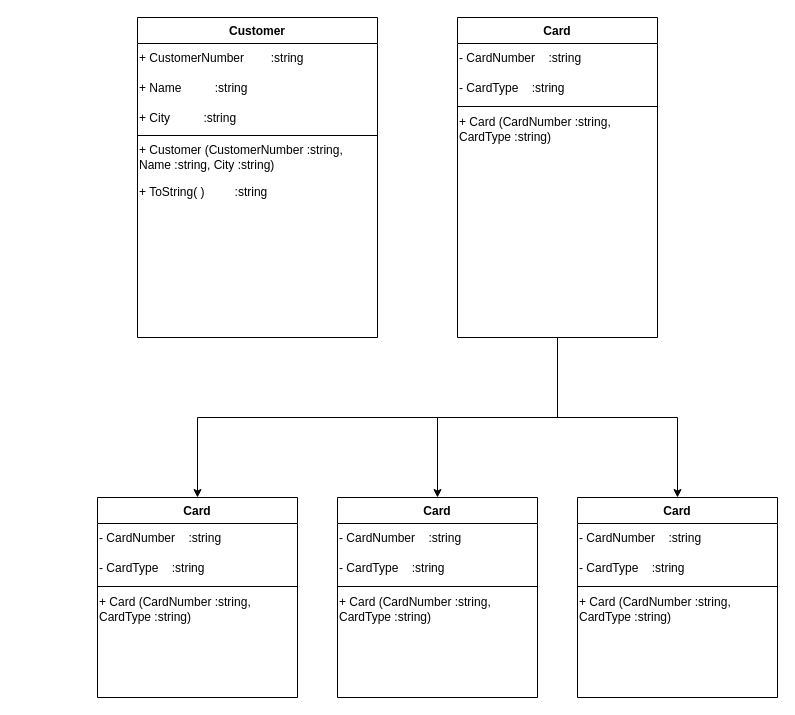
Earlier version of the draw.io diagram Guldkortet Klassdiagram.drawio (PBergstrom90/PBergstrom90). Source tidied: cells renumbered, new cells numbered last; positions are measured from the earlier drawing's top-left corner, leaving out a move shared by most shapes. Both pictures are drawn from the tidied source at 100%, with x=0, y=0 at pixel (97, 17).
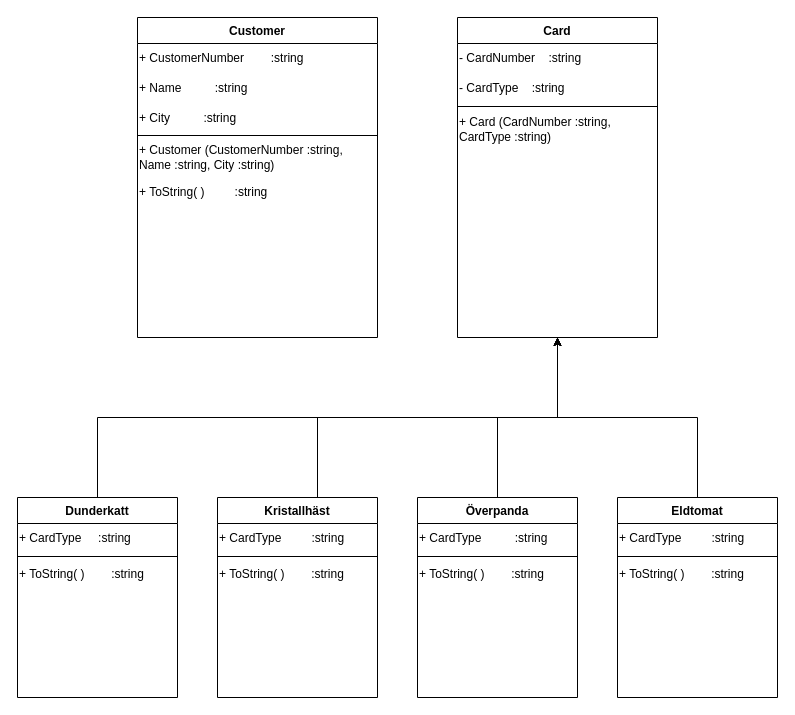
After the change.

The change refers to these unchanged cells:
```xml
<mxCell id="12" value="Card" style="swimlane;fontStyle=1;align=center;verticalAlign=top;horizontal=1;startSize=26;rounded=0;shadow=0;strokeWidth=1;" parent="1" vertex="1">
  <mxGeometry x="360" width="200" height="320" as="geometry" />
</mxCell>
```

Change to the diagram source:
```diff
@@
-    <mxCell id="9" style="edgeStyle=orthogonalEdgeStyle;rounded=0;jettySize=auto;html=1;entryX=0.5;entryY=0;entryDx=0;entryDy=0;" parent="1" edge="1" source="12" target="22">
-      <mxGeometry relative="1" as="geometry" />
-    </mxCell>
-    <mxCell id="10" style="edgeStyle=orthogonalEdgeStyle;rounded=0;jettySize=auto;html=1;entryX=0.5;entryY=0;entryDx=0;entryDy=0;" parent="1" edge="1" source="12" target="17">
-      <mxGeometry relative="1" as="geometry" />
-    </mxCell>
-    <mxCell id="11" style="edgeStyle=orthogonalEdgeStyle;rounded=0;jettySize=auto;html=1;entryX=0.5;entryY=0;entryDx=0;entryDy=0;" parent="1" edge="1" source="12" target="27">
-      <mxGeometry relative="1" as="geometry">
-        <Array as="points">
-          <mxPoint x="460" y="400" />
-          <mxPoint x="100" y="400" />
-        </Array>
-      </mxGeometry>
-    </mxCell>
@@
+    <mxCell id="32" style="edgeStyle=orthogonalEdgeStyle;rounded=0;jettySize=auto;html=1;entryX=0.5;entryY=1;entryDx=0;entryDy=0;" parent="1" edge="1" source="17" target="12">
+      <mxGeometry relative="1" as="geometry" />
+    </mxCell>
-    <mxCell id="17" value="Card" style="swimlane;fontStyle=1;align=center;verticalAlign=top;horizontal=1;startSize=26;rounded=0;shadow=0;strokeWidth=1;" parent="1" vertex="1">
-      <mxGeometry x="480" y="480" width="200" height="200" as="geometry" />
+    <mxCell id="17" value="Eldtomat" style="swimlane;fontStyle=1;align=center;verticalAlign=top;horizontal=1;startSize=26;rounded=0;shadow=0;strokeWidth=1;" parent="1" vertex="1">
+      <mxGeometry x="520" y="480" width="160" height="200" as="geometry" />
     </mxCell>
-    <mxCell id="18" value="- CardNumber&lt;span style=&quot;white-space: pre;&quot;&gt; &lt;/span&gt;&lt;span style=&quot;white-space: pre;&quot;&gt; &lt;/span&gt;&lt;span style=&quot;white-space: pre;&quot;&gt; &lt;/span&gt;&lt;span style=&quot;white-space: pre;&quot;&gt; &lt;/span&gt;:string" style="text;html=1;align=left;verticalAlign=middle;strokeColor=none;fillColor=none;" parent="17" vertex="1">
-      <mxGeometry y="26" width="200" height="30" as="geometry" />
+    <mxCell id="18" value="+ CardType &lt;span style=&quot;border-color: var(--border-color);&quot;&gt; &lt;/span&gt;&amp;nbsp; &amp;nbsp;&lt;span style=&quot;white-space: pre;&quot;&gt; &lt;/span&gt;&lt;span style=&quot;white-space: pre;&quot;&gt; &lt;/span&gt;&amp;nbsp; &amp;nbsp;:string" style="text;html=1;align=left;verticalAlign=middle;strokeColor=none;fillColor=none;" parent="17" vertex="1">
+      <mxGeometry y="26" width="160" height="30" as="geometry" />
     </mxCell>
-    <mxCell id="19" value="- CardType&lt;span style=&quot;white-space: pre;&quot;&gt; &lt;/span&gt;&lt;span style=&quot;white-space: pre;&quot;&gt; &lt;/span&gt;&lt;span style=&quot;white-space: pre;&quot;&gt; &lt;/span&gt;&lt;span style=&quot;white-space: pre;&quot;&gt; &lt;/span&gt;:string" style="text;html=1;align=left;verticalAlign=middle;strokeColor=none;fillColor=none;" parent="17" vertex="1">
-      <mxGeometry y="56" width="200" height="30" as="geometry" />
-    </mxCell>
     <mxCell id="20" style="line;html=1;strokeWidth=1;align=left;verticalAlign=middle;spacingTop=-1;spacingLeft=3;spacingRight=3;labelPosition=right;" parent="17" vertex="1">
-      <mxGeometry y="86" width="200" height="6" as="geometry" />
+      <mxGeometry y="56" width="160" height="6" as="geometry" />
     </mxCell>
-    <mxCell id="21" value="+ Card (CardNumber :string, &lt;br&gt;CardType :string)&amp;nbsp;" style="text;html=1;align=left;verticalAlign=middle;strokeColor=none;fillColor=none;" parent="17" vertex="1">
-      <mxGeometry y="92" width="200" height="40" as="geometry" />
+    <mxCell id="21" value="+ ToString( ) &lt;span style=&quot;border-color: var(--border-color);&quot;&gt; &lt;/span&gt;&lt;span style=&quot;border-color: var(--border-color);&quot;&gt; &lt;/span&gt;&lt;span style=&quot;border-color: var(--border-color);&quot;&gt; &lt;span style=&quot;border-color: var(--border-color);&quot;&gt; &lt;/span&gt; &lt;/span&gt;&amp;nbsp; &amp;nbsp;&lt;span style=&quot;white-space: pre;&quot;&gt; &lt;/span&gt;&amp;nbsp; &amp;nbsp;:string" style="text;html=1;align=left;verticalAlign=middle;strokeColor=none;fillColor=none;" parent="17" vertex="1">
+      <mxGeometry y="62" width="160" height="30" as="geometry" />
     </mxCell>
+    <mxCell id="33" style="edgeStyle=orthogonalEdgeStyle;rounded=0;jettySize=auto;html=1;entryX=0.5;entryY=1;entryDx=0;entryDy=0;" parent="1" edge="1" source="22" target="12">
+      <mxGeometry relative="1" as="geometry" />
+    </mxCell>
-    <mxCell id="22" value="Card" style="swimlane;fontStyle=1;align=center;verticalAlign=top;horizontal=1;startSize=26;rounded=0;shadow=0;strokeWidth=1;" parent="1" vertex="1">
-      <mxGeometry x="240" y="480" width="200" height="200" as="geometry" />
+    <mxCell id="22" value="Överpanda" style="swimlane;fontStyle=1;align=center;verticalAlign=top;horizontal=1;startSize=26;rounded=0;shadow=0;strokeWidth=1;" parent="1" vertex="1">
+      <mxGeometry x="320" y="480" width="160" height="200" as="geometry" />
     </mxCell>
-    <mxCell id="23" value="- CardNumber&lt;span style=&quot;white-space: pre;&quot;&gt; &lt;/span&gt;&lt;span style=&quot;white-space: pre;&quot;&gt; &lt;/span&gt;&lt;span style=&quot;white-space: pre;&quot;&gt; &lt;/span&gt;&lt;span style=&quot;white-space: pre;&quot;&gt; &lt;/span&gt;:string" style="text;html=1;align=left;verticalAlign=middle;strokeColor=none;fillColor=none;" parent="22" vertex="1">
-      <mxGeometry y="26" width="200" height="30" as="geometry" />
-    </mxCell>
-    <mxCell id="24" value="- CardType&lt;span style=&quot;white-space: pre;&quot;&gt; &lt;/span&gt;&lt;span style=&quot;white-space: pre;&quot;&gt; &lt;/span&gt;&lt;span style=&quot;white-space: pre;&quot;&gt; &lt;/span&gt;&lt;span style=&quot;white-space: pre;&quot;&gt; &lt;/span&gt;:string" style="text;html=1;align=left;verticalAlign=middle;strokeColor=none;fillColor=none;" parent="22" vertex="1">
-      <mxGeometry y="56" width="200" height="30" as="geometry" />
+    <mxCell id="24" value="+ CardType &lt;span style=&quot;border-color: var(--border-color);&quot;&gt; &lt;/span&gt;&amp;nbsp; &amp;nbsp;&lt;span style=&quot;white-space: pre;&quot;&gt; &lt;/span&gt;&lt;span style=&quot;white-space: pre;&quot;&gt; &lt;/span&gt;&amp;nbsp; &amp;nbsp; :string" style="text;html=1;align=left;verticalAlign=middle;strokeColor=none;fillColor=none;" parent="22" vertex="1">
+      <mxGeometry y="26" width="160" height="30" as="geometry" />
     </mxCell>
     <mxCell id="25" style="line;html=1;strokeWidth=1;align=left;verticalAlign=middle;spacingTop=-1;spacingLeft=3;spacingRight=3;labelPosition=right;" parent="22" vertex="1">
-      <mxGeometry y="86" width="200" height="6" as="geometry" />
+      <mxGeometry y="56" width="160" height="6" as="geometry" />
     </mxCell>
-    <mxCell id="26" value="+ Card (CardNumber :string, &lt;br&gt;CardType :string)&amp;nbsp;" style="text;html=1;align=left;verticalAlign=middle;strokeColor=none;fillColor=none;" parent="22" vertex="1">
-      <mxGeometry y="92" width="200" height="40" as="geometry" />
+    <mxCell id="26" value="+ ToString( ) &lt;span style=&quot;border-color: var(--border-color);&quot;&gt; &lt;/span&gt;&lt;span style=&quot;border-color: var(--border-color);&quot;&gt; &lt;/span&gt;&lt;span style=&quot;border-color: var(--border-color);&quot;&gt; &lt;span style=&quot;border-color: var(--border-color);&quot;&gt; &lt;/span&gt; &lt;/span&gt;&amp;nbsp; &amp;nbsp;&lt;span style=&quot;white-space: pre;&quot;&gt; &lt;/span&gt;&amp;nbsp; &amp;nbsp;:string" style="text;html=1;align=left;verticalAlign=middle;strokeColor=none;fillColor=none;" parent="22" vertex="1">
+      <mxGeometry y="62" width="160" height="30" as="geometry" />
     </mxCell>
+    <mxCell id="34" style="edgeStyle=orthogonalEdgeStyle;rounded=0;jettySize=auto;html=1;entryX=0.5;entryY=1;entryDx=0;entryDy=0;" parent="1" edge="1" source="27" target="12">
+      <mxGeometry relative="1" as="geometry">
+        <Array as="points">
+          <mxPoint x="220" y="400" />
+          <mxPoint x="460" y="400" />
+        </Array>
+      </mxGeometry>
+    </mxCell>
-    <mxCell id="27" value="Card" style="swimlane;fontStyle=1;align=center;verticalAlign=top;horizontal=1;startSize=26;rounded=0;shadow=0;strokeWidth=1;" parent="1" vertex="1">
-      <mxGeometry y="480" width="200" height="200" as="geometry" />
+    <mxCell id="27" value="Kristallhäst" style="swimlane;fontStyle=1;align=center;verticalAlign=top;horizontal=1;startSize=26;rounded=0;shadow=0;strokeWidth=1;" parent="1" vertex="1">
+      <mxGeometry x="120" y="480" width="160" height="200" as="geometry" />
     </mxCell>
-    <mxCell id="28" value="- CardNumber&lt;span style=&quot;white-space: pre;&quot;&gt; &lt;/span&gt;&lt;span style=&quot;white-space: pre;&quot;&gt; &lt;/span&gt;&lt;span style=&quot;white-space: pre;&quot;&gt; &lt;/span&gt;&lt;span style=&quot;white-space: pre;&quot;&gt; &lt;/span&gt;:string" style="text;html=1;align=left;verticalAlign=middle;strokeColor=none;fillColor=none;" parent="27" vertex="1">
-      <mxGeometry y="26" width="200" height="30" as="geometry" />
+    <mxCell id="28" value="+ CardType &lt;span style=&quot;border-color: var(--border-color);&quot;&gt; &lt;/span&gt;&amp;nbsp; &amp;nbsp;&lt;span style=&quot;white-space: pre;&quot;&gt; &lt;/span&gt;&lt;span style=&quot;white-space: pre;&quot;&gt; &lt;/span&gt;&amp;nbsp; &amp;nbsp;:string" style="text;html=1;align=left;verticalAlign=middle;strokeColor=none;fillColor=none;" parent="27" vertex="1">
+      <mxGeometry y="26" width="160" height="30" as="geometry" />
     </mxCell>
-    <mxCell id="29" value="- CardType&lt;span style=&quot;white-space: pre;&quot;&gt; &lt;/span&gt;&lt;span style=&quot;white-space: pre;&quot;&gt; &lt;/span&gt;&lt;span style=&quot;white-space: pre;&quot;&gt; &lt;/span&gt;&lt;span style=&quot;white-space: pre;&quot;&gt; &lt;/span&gt;:string" style="text;html=1;align=left;verticalAlign=middle;strokeColor=none;fillColor=none;" parent="27" vertex="1">
-      <mxGeometry y="56" width="200" height="30" as="geometry" />
-    </mxCell>
     <mxCell id="30" style="line;html=1;strokeWidth=1;align=left;verticalAlign=middle;spacingTop=-1;spacingLeft=3;spacingRight=3;labelPosition=right;" parent="27" vertex="1">
-      <mxGeometry y="86" width="200" height="6" as="geometry" />
+      <mxGeometry y="56" width="160" height="6" as="geometry" />
     </mxCell>
-    <mxCell id="31" value="+ Card (CardNumber :string, &lt;br&gt;CardType :string)&amp;nbsp;" style="text;html=1;align=left;verticalAlign=middle;strokeColor=none;fillColor=none;" parent="27" vertex="1">
-      <mxGeometry y="92" width="200" height="40" as="geometry" />
+    <mxCell id="31" value="+ ToString( ) &lt;span style=&quot;border-color: var(--border-color);&quot;&gt; &lt;/span&gt;&lt;span style=&quot;border-color: var(--border-color);&quot;&gt; &lt;/span&gt;&lt;span style=&quot;border-color: var(--border-color);&quot;&gt; &lt;span style=&quot;border-color: var(--border-color);&quot;&gt; &lt;/span&gt; &lt;/span&gt;&amp;nbsp; &lt;span style=&quot;white-space: pre;&quot;&gt; &lt;/span&gt;&lt;span style=&quot;white-space: pre;&quot;&gt; &lt;/span&gt;&amp;nbsp;&amp;nbsp;&amp;nbsp;:string" style="text;html=1;align=left;verticalAlign=middle;strokeColor=none;fillColor=none;" parent="27" vertex="1">
+      <mxGeometry y="62" width="160" height="30" as="geometry" />
     </mxCell>
+    <mxCell id="35" style="edgeStyle=orthogonalEdgeStyle;rounded=0;jettySize=auto;html=1;entryX=0.5;entryY=1;entryDx=0;entryDy=0;" parent="1" edge="1" source="36" target="12">
+      <mxGeometry relative="1" as="geometry">
+        <Array as="points">
+          <mxPoint y="400" />
+          <mxPoint x="460" y="400" />
+        </Array>
+      </mxGeometry>
+    </mxCell>
+    <mxCell id="36" value="Dunderkatt" style="swimlane;fontStyle=1;align=center;verticalAlign=top;horizontal=1;startSize=26;rounded=0;shadow=0;strokeWidth=1;" parent="1" vertex="1">
+      <mxGeometry x="-80" y="480" width="160" height="200" as="geometry" />
+    </mxCell>
+    <mxCell id="37" value="+ CardType&lt;span style=&quot;white-space: pre;&quot;&gt; &lt;/span&gt;&lt;span style=&quot;white-space: pre;&quot;&gt; &lt;/span&gt;&amp;nbsp; &amp;nbsp;:string" style="text;html=1;align=left;verticalAlign=middle;strokeColor=none;fillColor=none;" parent="36" vertex="1">
+      <mxGeometry y="26" width="160" height="30" as="geometry" />
+    </mxCell>
+    <mxCell id="38" style="line;html=1;strokeWidth=1;align=left;verticalAlign=middle;spacingTop=-1;spacingLeft=3;spacingRight=3;labelPosition=right;" parent="36" vertex="1">
+      <mxGeometry y="56" width="160" height="6" as="geometry" />
+    </mxCell>
+    <mxCell id="39" value="+ ToString( ) &lt;span style=&quot;border-color: var(--border-color);&quot;&gt; &lt;/span&gt;&lt;span style=&quot;border-color: var(--border-color);&quot;&gt; &lt;/span&gt;&lt;span style=&quot;border-color: var(--border-color);&quot;&gt; &lt;span style=&quot;border-color: var(--border-color);&quot;&gt; &lt;/span&gt; &lt;/span&gt;&amp;nbsp; &amp;nbsp;&lt;span style=&quot;white-space: pre;&quot;&gt; &lt;/span&gt;&amp;nbsp; &amp;nbsp;:string" style="text;html=1;align=left;verticalAlign=middle;strokeColor=none;fillColor=none;" parent="36" vertex="1">
+      <mxGeometry y="62" width="160" height="30" as="geometry" />
+    </mxCell>
```
